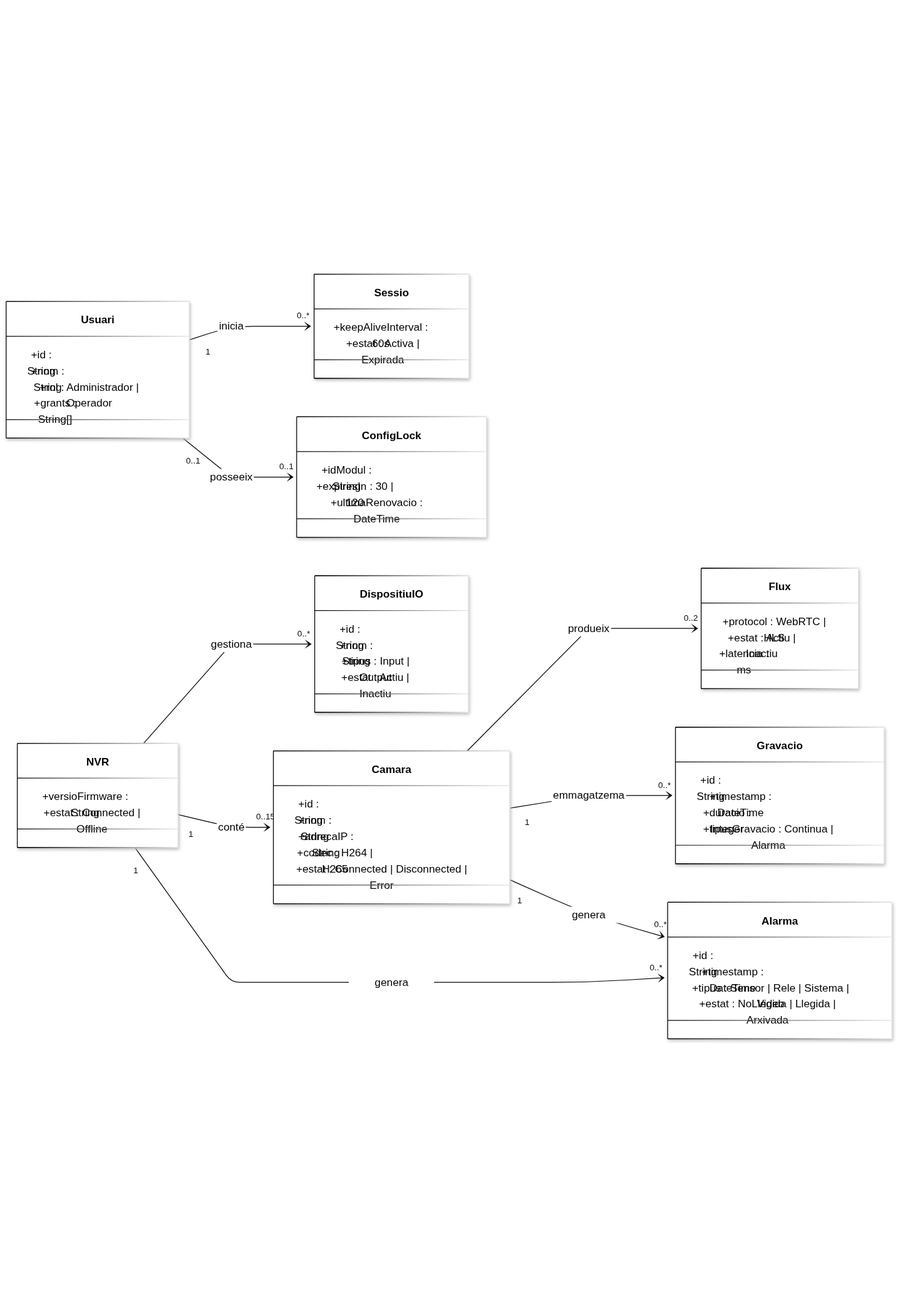
Before: figures/diagrames/model_conceptual.png, a diagram exported from Mermaid (janrosellcaba/tfg). Its source is kept beside it as figures/diagrames_src/model_conceptual.mmd.
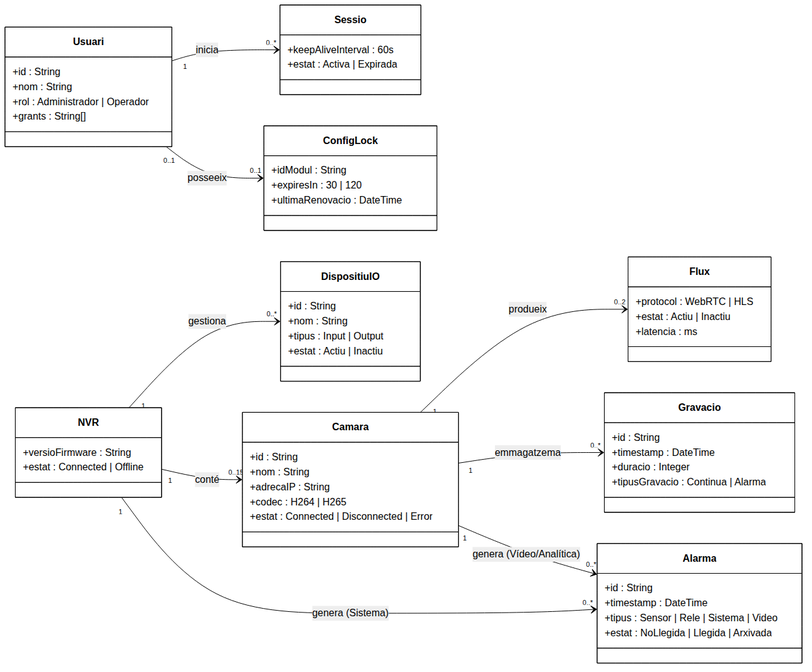
After the change.

Diff of the diagram source:
```diff
@@ -1,5 +1,5 @@
 %%{init: {
- 'theme': 'base',
+ 'theme': 'neutral',
  'themeVariables': {
    'background': '#ffffff',
    'primaryColor': '#ffffff',
@@ -8,9 +8,10 @@
    'lineColor': '#000000',
    'secondaryColor': '#ffffff',
    'tertiaryColor': '#ffffff',
-   'edgeLabelBackground': '#ffffff'
+   'noteBkgColor': '#ffffff',
+   'noteTextColor': '#000000'
  },
- 'themeCSS': '.relationshipLabelBox { fill: #ffffff !important; opacity: 1 !important; } .edgeLabel rect { fill: #ffffff !important; stroke: none !important; } .edgeLabel span { background: #ffffff; padding: 0 2px; } .label { color: #000000 !important; }'
+ 'themeCSS': '.outer-path path:first-child { fill: #ffffff !important; } .outer-path path:not(:first-child) { stroke: #000000 !important; } .divider path { stroke: #000000 !important; } .relation { stroke: #000000 !important; } .relationshipLabelBox { fill: #ffffff !important; opacity: 1 !important; } marker path { fill: #000000 !important; stroke: #000000 !important; }'
 }}%%
 
 classDiagram
```
